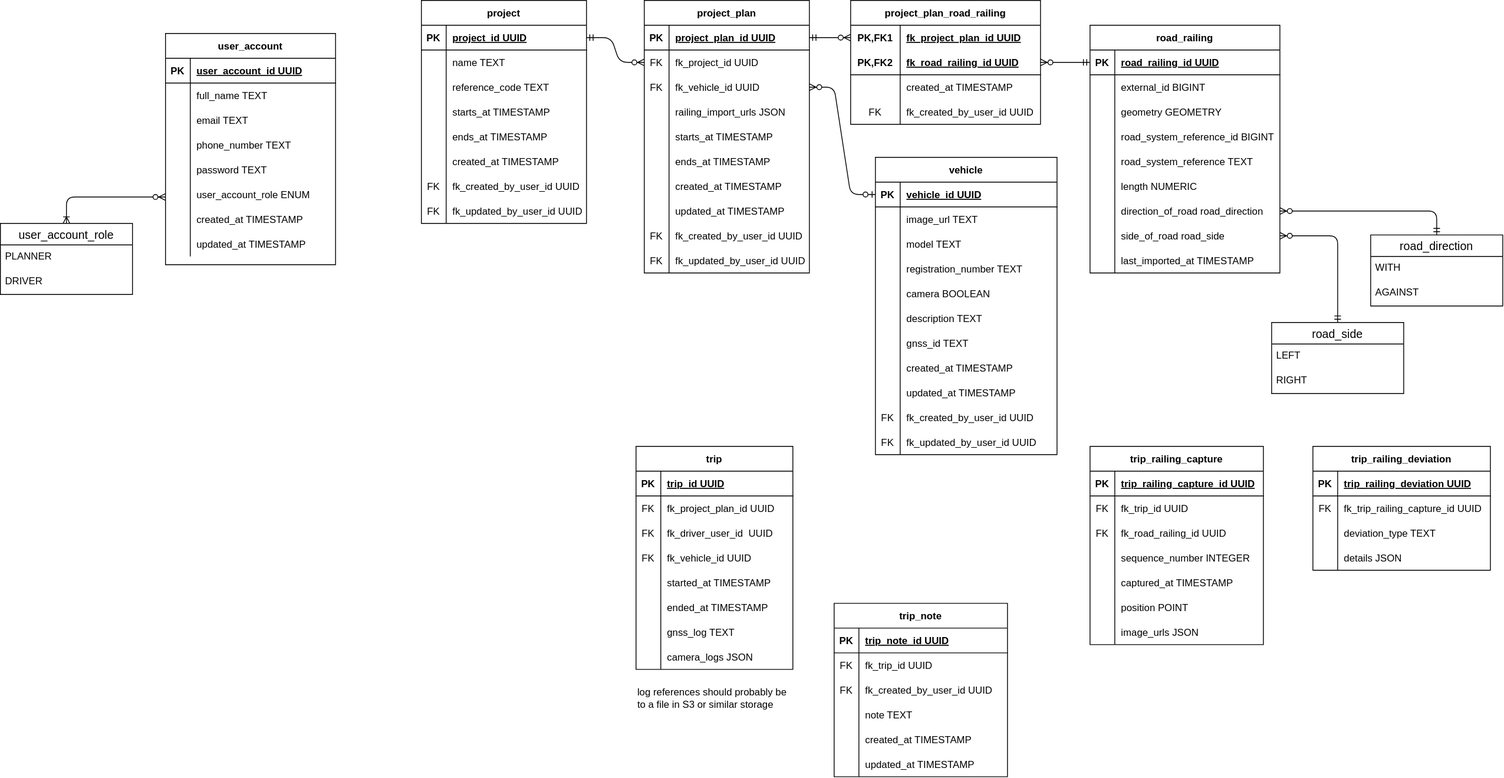
The draw.io diagram docs/diagrams/erdiagram.drawio.svg in triosnok/isi-planning-tool, before a commit. Source tidied: cells renumbered, new cells last; positions are measured from the earlier drawing's top-left corner, leaving out a move shared by most shapes.
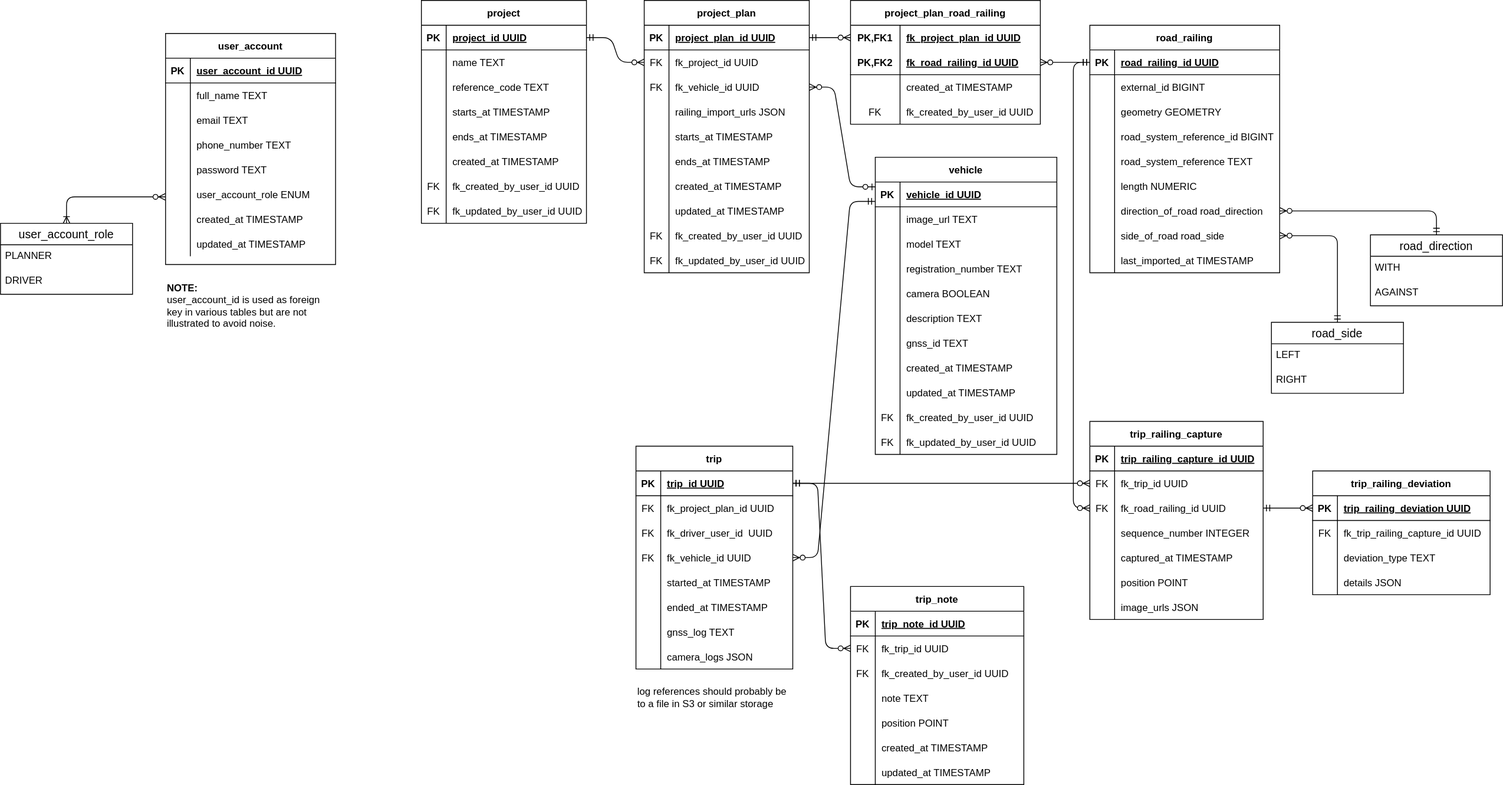
The same file after the commit.

Commit message:
docs: add position to trip note

What changed in the source:
```diff
@@ -520,7 +520,7 @@
     <mxCell id="172" value="fk_updated_by_user_id UUID" style="shape=partialRectangle;fillColor=none;top=0;left=0;bottom=0;right=0;align=left;spacingLeft=6;fontStyle=0;overflow=hidden;" parent="170" vertex="1">
       <mxGeometry x="30" width="190" height="30" as="geometry" />
     </mxCell>
-    <mxCell id="173" style="edgeStyle=entityRelationEdgeStyle;fontSize=12;html=1;endArrow=ERzeroToMany;startArrow=ERzeroToOne;exitX=0;exitY=0.5;exitDx=0;exitDy=0;entryX=1;entryY=0.5;entryDx=0;entryDy=0;" parent="1" edge="1" source="140" target="63">
+    <mxCell id="173" style="edgeStyle=entityRelationEdgeStyle;fontSize=12;html=1;endArrow=ERzeroToMany;startArrow=ERzeroToOne;exitX=0;exitY=0.195;exitDx=0;exitDy=0;entryX=1;entryY=0.5;entryDx=0;entryDy=0;exitPerimeter=0;" parent="1" edge="1" source="140" target="63">
       <mxGeometry relative="1" as="geometry" />
     </mxCell>
     <mxCell id="174" value="trip" style="shape=table;startSize=30;rowLines=0;fontStyle=1;align=center;" parent="1" vertex="1">
@@ -599,7 +599,7 @@
       <mxGeometry x="30" width="160" height="30" as="geometry" />
     </mxCell>
     <mxCell id="199" value="trip_note" style="shape=table;startSize=30;rowLines=0;fontStyle=1;align=center;" parent="1" vertex="1">
-      <mxGeometry x="1010" y="730" width="210" height="210" as="geometry" />
+      <mxGeometry x="1030" y="710" width="210" height="240" as="geometry" />
     </mxCell>
     <mxCell id="200" style="shape=tableRow;horizontal=0;startSize=0;swimlaneHead=0;swimlaneBody=0;fillColor=none;top=0;left=0;right=0;bottom=1;" parent="199" vertex="1">
       <mxGeometry y="30" width="210" height="30" as="geometry" />
@@ -637,8 +637,17 @@
     <mxCell id="211" value="note TEXT" style="shape=partialRectangle;fillColor=none;top=0;left=0;bottom=0;right=0;align=left;spacingLeft=6;overflow=hidden;" parent="209" vertex="1">
       <mxGeometry x="30" width="180" height="30" as="geometry" />
     </mxCell>
+    <mxCell id="254" style="shape=tableRow;horizontal=0;startSize=0;swimlaneHead=0;swimlaneBody=0;fillColor=none;top=0;left=0;right=0;bottom=0;" parent="199" vertex="1">
+      <mxGeometry y="150" width="210" height="30" as="geometry" />
+    </mxCell>
+    <mxCell id="255" style="shape=partialRectangle;fillColor=none;top=0;left=0;bottom=0;right=0;overflow=hidden;" parent="254" vertex="1">
+      <mxGeometry width="30" height="30" as="geometry" />
+    </mxCell>
+    <mxCell id="256" value="position POINT" style="shape=partialRectangle;fillColor=none;top=0;left=0;bottom=0;right=0;align=left;spacingLeft=6;overflow=hidden;" parent="254" vertex="1">
+      <mxGeometry x="30" width="180" height="30" as="geometry" />
+    </mxCell>
     <mxCell id="212" style="shape=tableRow;horizontal=0;startSize=0;swimlaneHead=0;swimlaneBody=0;fillColor=none;top=0;left=0;right=0;bottom=0;" parent="199" vertex="1">
-      <mxGeometry y="150" width="210" height="30" as="geometry" />
+      <mxGeometry y="180" width="210" height="30" as="geometry" />
     </mxCell>
     <mxCell id="213" style="shape=partialRectangle;fillColor=none;top=0;left=0;bottom=0;right=0;overflow=hidden;" parent="212" vertex="1">
       <mxGeometry width="30" height="30" as="geometry" />
@@ -647,7 +656,7 @@
       <mxGeometry x="30" width="180" height="30" as="geometry" />
     </mxCell>
     <mxCell id="215" style="shape=tableRow;horizontal=0;startSize=0;swimlaneHead=0;swimlaneBody=0;fillColor=none;top=0;left=0;right=0;bottom=0;" parent="199" vertex="1">
-      <mxGeometry y="180" width="210" height="30" as="geometry" />
+      <mxGeometry y="210" width="210" height="30" as="geometry" />
     </mxCell>
     <mxCell id="216" style="shape=partialRectangle;fillColor=none;top=0;left=0;bottom=0;right=0;overflow=hidden;" parent="215" vertex="1">
       <mxGeometry width="30" height="30" as="geometry" />
@@ -656,7 +665,7 @@
       <mxGeometry x="30" width="180" height="30" as="geometry" />
     </mxCell>
     <mxCell id="218" value="trip_railing_capture" style="shape=table;startSize=30;rowLines=0;fontStyle=1;align=center;" parent="1" vertex="1">
-      <mxGeometry x="1320" y="540" width="210" height="240" as="geometry" />
+      <mxGeometry x="1320" y="510" width="210" height="240" as="geometry" />
     </mxCell>
     <mxCell id="219" style="shape=tableRow;horizontal=0;startSize=0;swimlaneHead=0;swimlaneBody=0;fillColor=none;top=0;left=0;right=0;bottom=1;" parent="218" vertex="1">
       <mxGeometry y="30" width="210" height="30" as="geometry" />
@@ -722,7 +731,7 @@
       <mxGeometry x="30" width="180" height="30" as="geometry" />
     </mxCell>
     <mxCell id="240" value="trip_railing_deviation" style="shape=table;startSize=30;rowLines=0;fontStyle=1;align=center;" parent="1" vertex="1">
-      <mxGeometry x="1590" y="540" width="215" height="150" as="geometry" />
+      <mxGeometry x="1590" y="570" width="215" height="150" as="geometry" />
     </mxCell>
     <mxCell id="241" style="shape=tableRow;horizontal=0;startSize=0;swimlaneHead=0;swimlaneBody=0;fillColor=none;points=[[0,0.5],[1,0.5]];portConstraint=eastwest;top=0;left=0;right=0;bottom=1;" parent="240" vertex="1">
       <mxGeometry y="30" width="215" height="30" as="geometry" />
@@ -763,5 +772,28 @@
     <mxCell id="253" value="log references should probably be to a file in S3 or similar storage" style="text;html=1;strokeColor=none;fillColor=none;align=left;verticalAlign=middle;whiteSpace=wrap;rounded=0;" parent="1" vertex="1">
       <mxGeometry x="770" y="820" width="190" height="50" as="geometry" />
     </mxCell>
+    <mxCell id="257" style="edgeStyle=entityRelationEdgeStyle;fontSize=12;html=1;endArrow=ERzeroToMany;startArrow=ERmandOne;exitX=1;exitY=0.5;exitDx=0;exitDy=0;entryX=0;entryY=0.5;entryDx=0;entryDy=0;" parent="1" edge="1" source="175" target="203">
+      <mxGeometry relative="1" as="geometry" />
+    </mxCell>
+    <mxCell id="258" style="edgeStyle=entityRelationEdgeStyle;fontSize=12;html=1;endArrow=ERzeroToMany;startArrow=ERmandOne;exitX=1;exitY=0.5;exitDx=0;exitDy=0;entryX=0;entryY=0.5;entryDx=0;entryDy=0;" parent="1" edge="1" source="175" target="222">
+      <mxGeometry relative="1" as="geometry" />
+    </mxCell>
+    <mxCell id="259" style="edgeStyle=orthogonalEdgeStyle;fontSize=12;html=1;endArrow=ERzeroToMany;startArrow=ERmandOne;exitX=0;exitY=0.5;exitDx=0;exitDy=0;entryX=0;entryY=0.5;entryDx=0;entryDy=0;" parent="1" edge="1" source="89" target="225">
+      <mxGeometry relative="1" as="geometry">
+        <Array as="points">
+          <mxPoint x="1300" y="75" />
+          <mxPoint x="1300" y="615" />
+        </Array>
+      </mxGeometry>
+    </mxCell>
+    <mxCell id="260" value="&lt;b&gt;NOTE:&lt;/b&gt;&lt;br&gt;user_account_id is used as foreign key in various tables but are not illustrated to avoid noise." style="text;html=1;strokeColor=none;fillColor=none;align=left;verticalAlign=middle;whiteSpace=wrap;rounded=0;" parent="1" vertex="1">
+      <mxGeometry x="200" y="342.5" width="190" height="55" as="geometry" />
+    </mxCell>
+    <mxCell id="261" style="edgeStyle=entityRelationEdgeStyle;fontSize=12;html=1;endArrow=ERzeroToMany;startArrow=ERmandOne;exitX=-0.002;exitY=0.782;exitDx=0;exitDy=0;entryX=1;entryY=0.5;entryDx=0;entryDy=0;exitPerimeter=0;" parent="1" edge="1" source="140" target="184">
+      <mxGeometry relative="1" as="geometry" />
+    </mxCell>
+    <mxCell id="262" style="edgeStyle=entityRelationEdgeStyle;fontSize=12;html=1;endArrow=ERzeroToMany;startArrow=ERmandOne;exitX=1;exitY=0.5;exitDx=0;exitDy=0;entryX=0;entryY=0.5;entryDx=0;entryDy=0;" parent="1" edge="1" source="225" target="241">
+      <mxGeometry relative="1" as="geometry" />
+    </mxCell>
   </root>
 </mxGraphModel>
```
